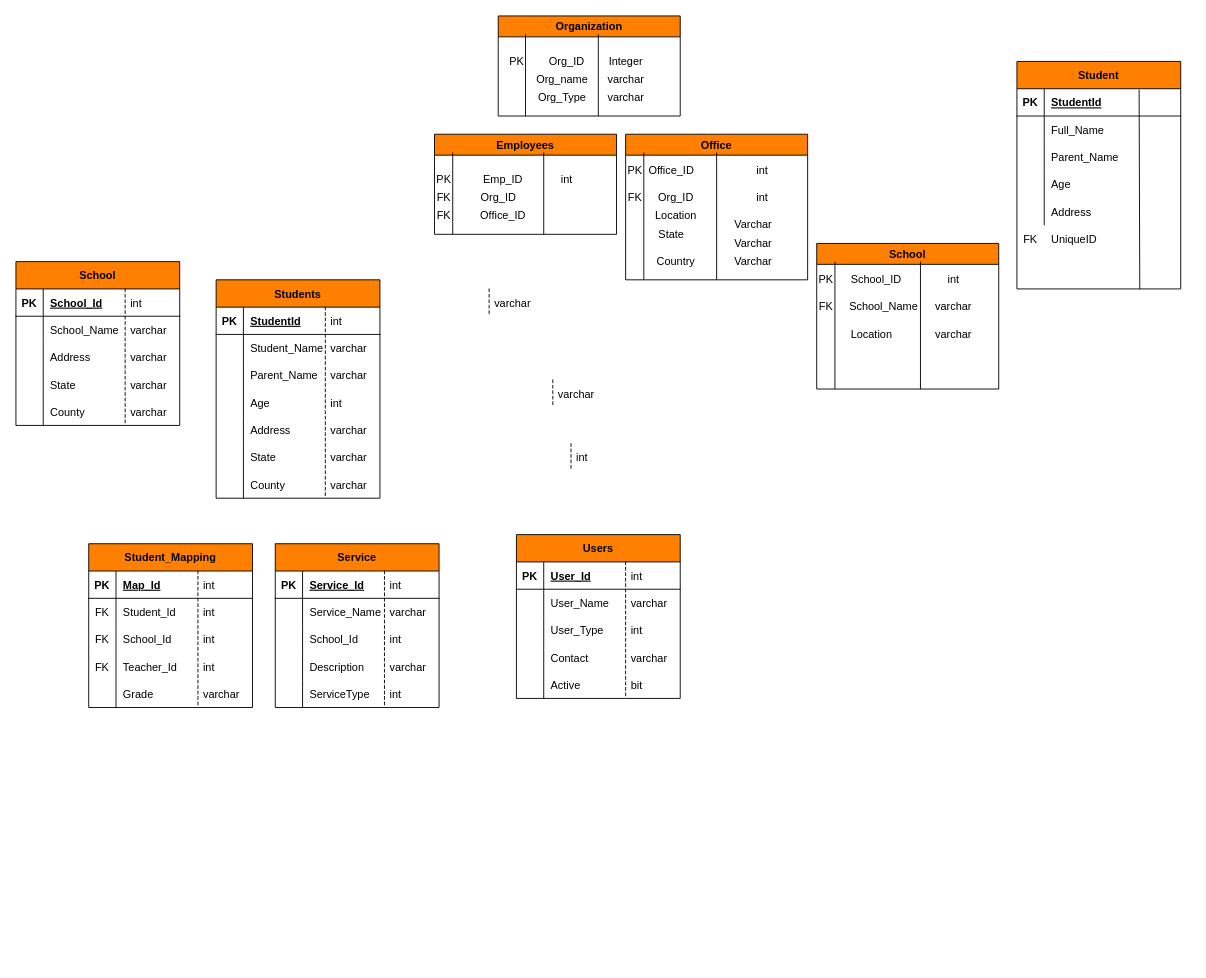
Muruganandhu/Taleo keeps this draw.io diagram as page "Page-3" (3 of 3) of TestResults-5.0.x/Untitled Diagram.drawio. Above is the earlier version. Source tidied: cells renumbered, new cells numbered last; positions are measured from the earlier drawing's top-left corner, leaving out a move shared by most shapes. Both pictures are drawn from the tidied source at 91%, with x=0, y=0 at pixel (15, 15).
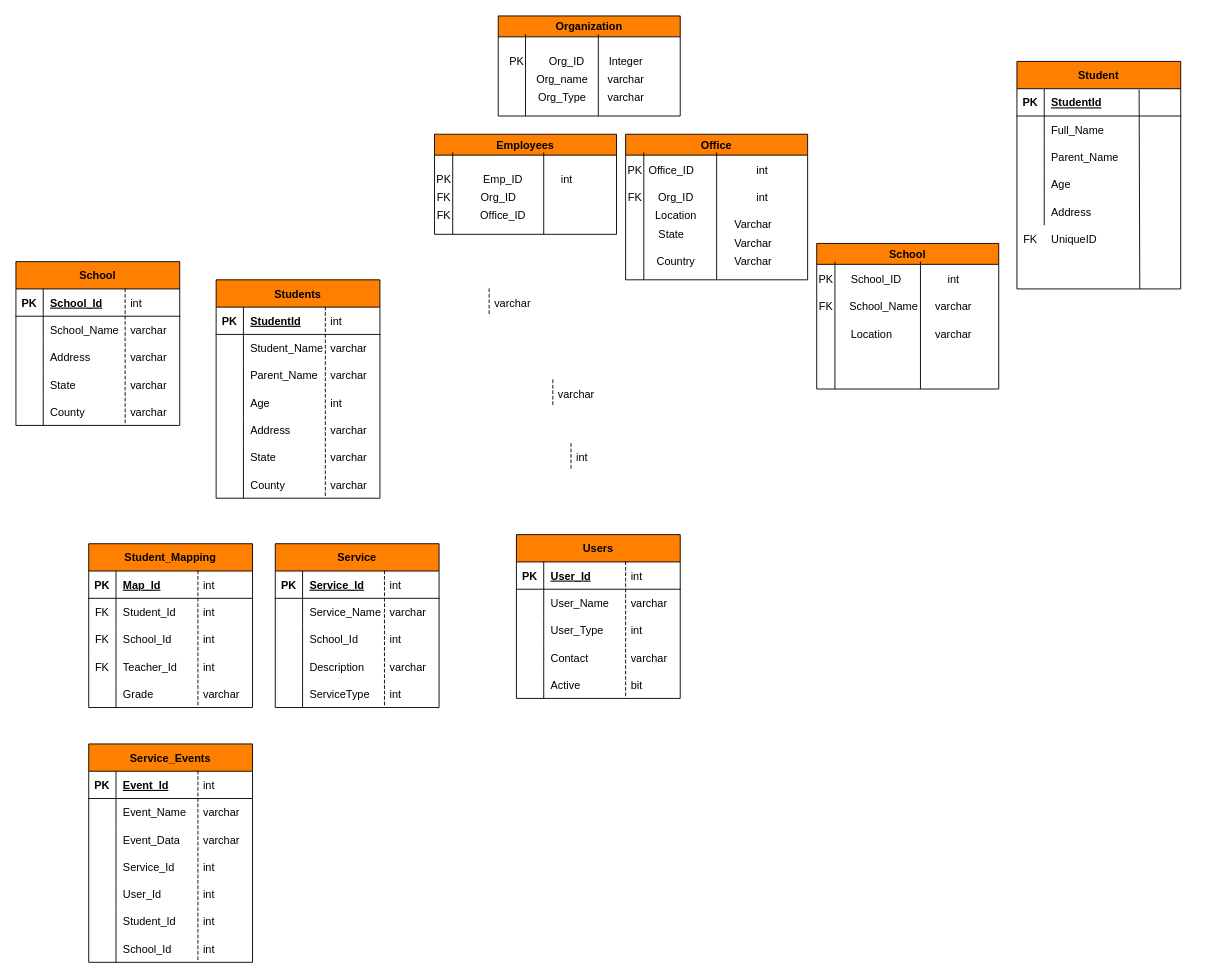
The same diagram, later.

What changed in the source:
```diff
@@
+    <mxCell id="232" style="group;" parent="1" vertex="1">
+      <mxGeometry x="80" y="800" width="180" height="240" as="geometry" />
+    </mxCell>
+    <mxCell id="233" style="group;" parent="232" vertex="1">
+      <mxGeometry width="180" height="240" as="geometry" />
+    </mxCell>
+    <mxCell id="234" value="Service_Events" style="shape=table;startSize=30;childLayout=tableLayout;rowLines=0;fontStyle=1;align=center;strokeColor=#000000;fillColor=#FF8000;" parent="233" vertex="1">
+      <mxGeometry width="180" height="240" as="geometry" />
+    </mxCell>
+    <mxCell id="235" style="shape=tableRow;horizontal=0;startSize=0;swimlaneHead=0;swimlaneBody=0;fillColor=none;top=0;left=0;right=0;bottom=1;strokeColor=#000000;" parent="234" vertex="1">
+      <mxGeometry y="30" width="180" height="30" as="geometry" />
+    </mxCell>
+    <mxCell id="236" value="PK" style="shape=partialRectangle;fillColor=none;top=0;left=0;bottom=0;right=0;fontStyle=1;overflow=hidden;strokeColor=#000000;" parent="235" vertex="1">
+      <mxGeometry width="30" height="30" as="geometry" />
+    </mxCell>
+    <mxCell id="237" value="Event_Id" style="shape=partialRectangle;fillColor=none;top=0;left=0;bottom=0;right=0;align=left;spacingLeft=6;fontStyle=5;overflow=hidden;strokeColor=#000000;" parent="235" vertex="1">
+      <mxGeometry x="30" width="150" height="30" as="geometry" />
+    </mxCell>
+    <mxCell id="238" style="shape=tableRow;horizontal=0;startSize=0;swimlaneHead=0;swimlaneBody=0;fillColor=none;top=0;left=0;right=0;bottom=0;strokeColor=#000000;" parent="234" vertex="1">
+      <mxGeometry y="60" width="180" height="30" as="geometry" />
+    </mxCell>
+    <mxCell id="239" style="shape=partialRectangle;fillColor=none;top=0;left=0;bottom=0;right=0;overflow=hidden;strokeColor=#000000;" parent="238" vertex="1">
+      <mxGeometry width="30" height="30" as="geometry" />
+    </mxCell>
+    <mxCell id="240" value="Event_Name" style="shape=partialRectangle;fillColor=none;top=0;left=0;bottom=0;right=0;align=left;spacingLeft=6;overflow=hidden;strokeColor=#000000;" parent="238" vertex="1">
+      <mxGeometry x="30" width="150" height="30" as="geometry" />
+    </mxCell>
+    <mxCell id="241" style="shape=tableRow;horizontal=0;startSize=0;swimlaneHead=0;swimlaneBody=0;fillColor=none;top=0;left=0;right=0;bottom=0;strokeColor=#000000;" parent="234" vertex="1">
+      <mxGeometry y="90" width="180" height="30" as="geometry" />
+    </mxCell>
+    <mxCell id="242" style="shape=partialRectangle;fillColor=none;top=0;left=0;bottom=0;right=0;overflow=hidden;strokeColor=#000000;" parent="241" vertex="1">
+      <mxGeometry width="30" height="30" as="geometry" />
+    </mxCell>
+    <mxCell id="243" value="Event_Data" style="shape=partialRectangle;fillColor=none;top=0;left=0;bottom=0;right=0;align=left;spacingLeft=6;overflow=hidden;strokeColor=#000000;" parent="241" vertex="1">
+      <mxGeometry x="30" width="150" height="30" as="geometry" />
+    </mxCell>
+    <mxCell id="244" style="shape=tableRow;horizontal=0;startSize=0;swimlaneHead=0;swimlaneBody=0;fillColor=none;top=0;left=0;right=0;bottom=0;strokeColor=#000000;" parent="234" vertex="1">
+      <mxGeometry y="120" width="180" height="30" as="geometry" />
+    </mxCell>
+    <mxCell id="245" style="shape=partialRectangle;fillColor=none;top=0;left=0;bottom=0;right=0;overflow=hidden;strokeColor=#000000;" parent="244" vertex="1">
+      <mxGeometry width="30" height="30" as="geometry" />
+    </mxCell>
+    <mxCell id="246" value="Service_Id" style="shape=partialRectangle;fillColor=none;top=0;left=0;bottom=0;right=0;align=left;spacingLeft=6;overflow=hidden;strokeColor=#000000;" parent="244" vertex="1">
+      <mxGeometry x="30" width="150" height="30" as="geometry" />
+    </mxCell>
+    <mxCell id="247" style="shape=tableRow;horizontal=0;startSize=0;swimlaneHead=0;swimlaneBody=0;fillColor=none;top=0;left=0;right=0;bottom=0;strokeColor=#000000;" parent="234" vertex="1">
+      <mxGeometry y="150" width="180" height="30" as="geometry" />
+    </mxCell>
+    <mxCell id="248" style="shape=partialRectangle;fillColor=none;top=0;left=0;bottom=0;right=0;overflow=hidden;strokeColor=#000000;" parent="247" vertex="1">
+      <mxGeometry width="30" height="30" as="geometry" />
+    </mxCell>
+    <mxCell id="249" value="User_Id" style="shape=partialRectangle;fillColor=none;top=0;left=0;bottom=0;right=0;align=left;spacingLeft=6;overflow=hidden;strokeColor=#000000;" parent="247" vertex="1">
+      <mxGeometry x="30" width="150" height="30" as="geometry" />
+    </mxCell>
+    <mxCell id="250" style="shape=tableRow;horizontal=0;startSize=0;swimlaneHead=0;swimlaneBody=0;fillColor=none;top=0;left=0;right=0;bottom=0;strokeColor=#000000;" parent="234" vertex="1">
+      <mxGeometry y="180" width="180" height="30" as="geometry" />
+    </mxCell>
+    <mxCell id="251" style="shape=partialRectangle;fillColor=none;top=0;left=0;bottom=0;right=0;overflow=hidden;strokeColor=#000000;" parent="250" vertex="1">
+      <mxGeometry width="30" height="30" as="geometry" />
+    </mxCell>
+    <mxCell id="252" value="Student_Id" style="shape=partialRectangle;fillColor=none;top=0;left=0;bottom=0;right=0;align=left;spacingLeft=6;overflow=hidden;strokeColor=#000000;" parent="250" vertex="1">
+      <mxGeometry x="30" width="150" height="30" as="geometry" />
+    </mxCell>
+    <mxCell id="253" style="shape=tableRow;horizontal=0;startSize=0;swimlaneHead=0;swimlaneBody=0;fillColor=none;top=0;left=0;right=0;bottom=0;strokeColor=#000000;" parent="234" vertex="1">
+      <mxGeometry y="210" width="180" height="30" as="geometry" />
+    </mxCell>
+    <mxCell id="254" style="shape=partialRectangle;fillColor=none;top=0;left=0;bottom=0;right=0;overflow=hidden;strokeColor=#000000;" parent="253" vertex="1">
+      <mxGeometry width="30" height="30" as="geometry" />
+    </mxCell>
+    <mxCell id="255" value="School_Id" style="shape=partialRectangle;fillColor=none;top=0;left=0;bottom=0;right=0;align=left;spacingLeft=6;overflow=hidden;strokeColor=#000000;" parent="253" vertex="1">
+      <mxGeometry x="30" width="150" height="30" as="geometry" />
+    </mxCell>
+    <mxCell id="256" value="int" style="shape=partialRectangle;fillColor=none;align=left;verticalAlign=middle;strokeColor=none;spacingLeft=34;" parent="233" vertex="1">
+      <mxGeometry x="90" y="30" width="90" height="30" as="geometry" />
+    </mxCell>
+    <mxCell id="257" style="shape=partialRectangle;top=0;left=0;bottom=0;fillColor=none;stokeWidth=1;dashed=1;align=left;verticalAlign=middle;spacingLeft=4;spacingRight=4;overflow=hidden;strokeColor=#000000;" parent="256" vertex="1">
+      <mxGeometry width="30" height="30" as="geometry" />
+    </mxCell>
+    <mxCell id="258" value="varchar" style="shape=partialRectangle;fillColor=none;align=left;verticalAlign=middle;strokeColor=none;spacingLeft=34;" parent="233" vertex="1">
+      <mxGeometry x="90" y="60" width="90" height="30" as="geometry" />
+    </mxCell>
+    <mxCell id="259" style="shape=partialRectangle;top=0;left=0;bottom=0;fillColor=none;stokeWidth=1;dashed=1;align=left;verticalAlign=middle;spacingLeft=4;spacingRight=4;overflow=hidden;strokeColor=#000000;" parent="258" vertex="1">
+      <mxGeometry width="30" height="30" as="geometry" />
+    </mxCell>
+    <mxCell id="260" value="int" style="shape=partialRectangle;fillColor=none;align=left;verticalAlign=middle;strokeColor=none;spacingLeft=34;" parent="233" vertex="1">
+      <mxGeometry x="90" y="120" width="90" height="30" as="geometry" />
+    </mxCell>
+    <mxCell id="261" style="shape=partialRectangle;top=0;left=0;bottom=0;fillColor=none;stokeWidth=1;dashed=1;align=left;verticalAlign=middle;spacingLeft=4;spacingRight=4;overflow=hidden;strokeColor=#000000;" parent="260" vertex="1">
+      <mxGeometry width="30" height="30" as="geometry" />
+    </mxCell>
+    <mxCell id="262" value="varchar" style="shape=partialRectangle;fillColor=none;align=left;verticalAlign=middle;strokeColor=none;spacingLeft=34;" parent="233" vertex="1">
+      <mxGeometry x="90" y="90" width="90" height="30" as="geometry" />
+    </mxCell>
+    <mxCell id="263" style="shape=partialRectangle;top=0;left=0;bottom=0;fillColor=none;stokeWidth=1;dashed=1;align=left;verticalAlign=middle;spacingLeft=4;spacingRight=4;overflow=hidden;strokeColor=#000000;" parent="262" vertex="1">
+      <mxGeometry width="30" height="30" as="geometry" />
+    </mxCell>
+    <mxCell id="264" value="int" style="shape=partialRectangle;fillColor=none;align=left;verticalAlign=middle;strokeColor=none;spacingLeft=34;" parent="233" vertex="1">
+      <mxGeometry x="90" y="150" width="90" height="30" as="geometry" />
+    </mxCell>
+    <mxCell id="265" style="shape=partialRectangle;top=0;left=0;bottom=0;fillColor=none;stokeWidth=1;dashed=1;align=left;verticalAlign=middle;spacingLeft=4;spacingRight=4;overflow=hidden;strokeColor=#000000;" parent="264" vertex="1">
+      <mxGeometry width="30" height="30" as="geometry" />
+    </mxCell>
+    <mxCell id="266" value="int" style="shape=partialRectangle;fillColor=none;align=left;verticalAlign=middle;strokeColor=none;spacingLeft=34;" parent="233" vertex="1">
+      <mxGeometry x="90" y="210" width="90" height="30" as="geometry" />
+    </mxCell>
+    <mxCell id="267" style="shape=partialRectangle;top=0;left=0;bottom=0;fillColor=none;stokeWidth=1;dashed=1;align=left;verticalAlign=middle;spacingLeft=4;spacingRight=4;overflow=hidden;strokeColor=#000000;" parent="266" vertex="1">
+      <mxGeometry width="30" height="30" as="geometry" />
+    </mxCell>
+    <mxCell id="268" value="int" style="shape=partialRectangle;fillColor=none;align=left;verticalAlign=middle;strokeColor=none;spacingLeft=34;" parent="233" vertex="1">
+      <mxGeometry x="90" y="180" width="90" height="30" as="geometry" />
+    </mxCell>
+    <mxCell id="269" style="shape=partialRectangle;top=0;left=0;bottom=0;fillColor=none;stokeWidth=1;dashed=1;align=left;verticalAlign=middle;spacingLeft=4;spacingRight=4;overflow=hidden;strokeColor=#000000;" parent="268" vertex="1">
+      <mxGeometry width="30" height="30" as="geometry" />
+    </mxCell>
```
